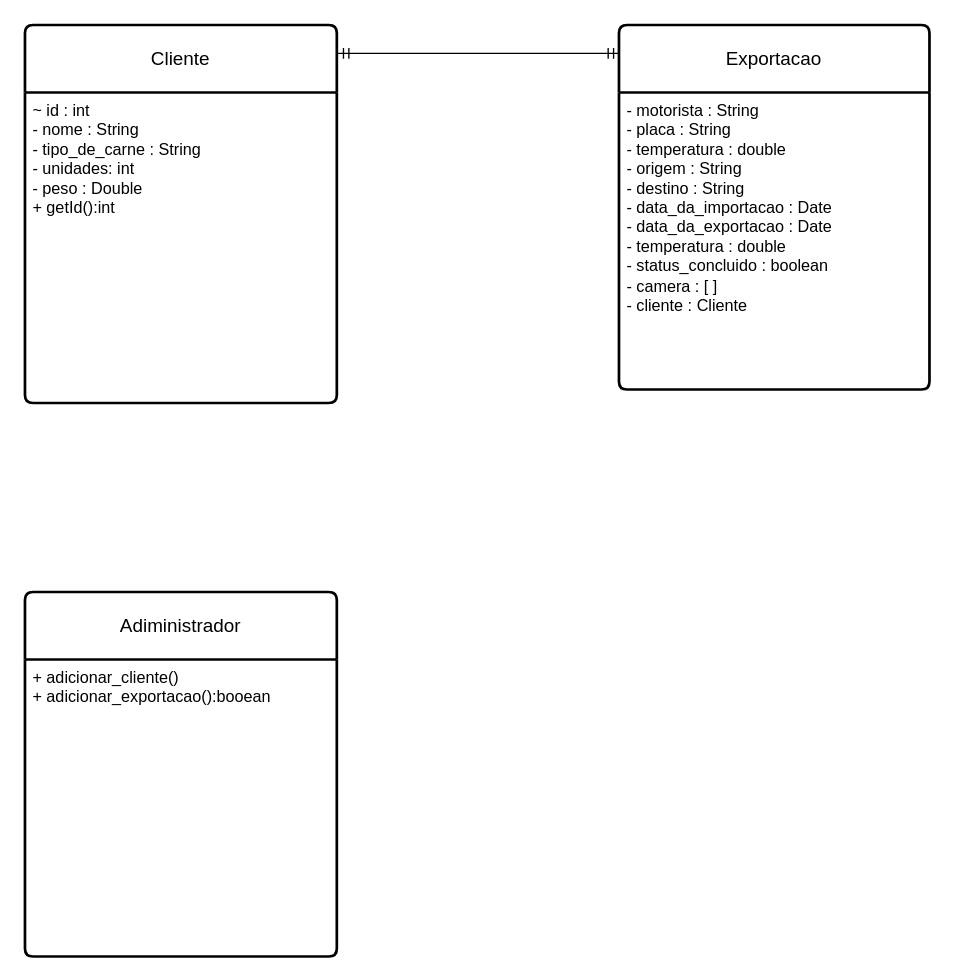
Before: gerenciamento de caminhões/Diagrama de classe atualizado.drawio in antoniofelipecruz/UML, a draw.io diagram. Source tidied: cells renumbered, new cells numbered last; positions are measured from the earlier drawing's top-left corner, leaving out a move shared by most shapes. Both pictures are drawn from the tidied source at 135%, with x=0, y=0 at pixel (24, 24).
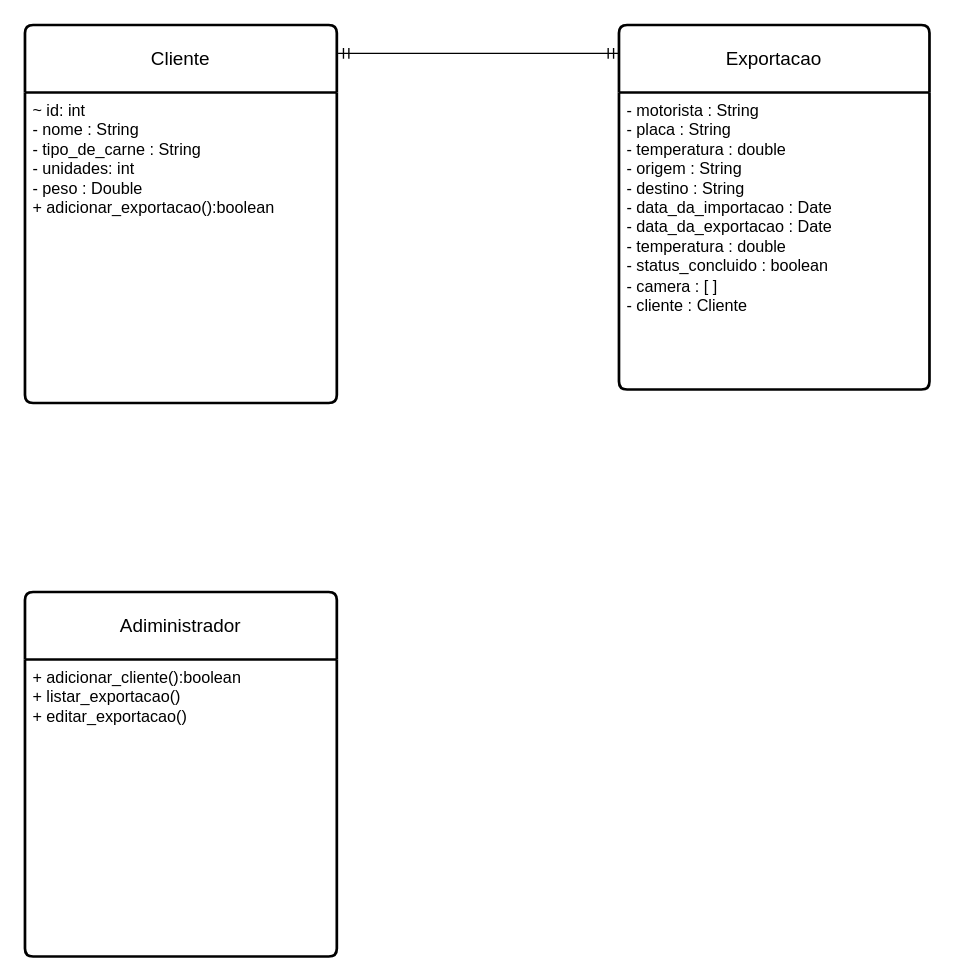
The same diagram, later.

Commit message:
Atualização, diagrama de classes.drawio

The edit, as a diff of the source:
```diff
@@
 <mxGraphModel>
   <root>
     <mxCell id="0" />
     <mxCell id="1" parent="0" />
     <mxCell id="2" value="Cliente" style="swimlane;horizontal=1;startSize=50;rounded=1;fontSize=14;fontStyle=0;strokeWidth=2;shadow=0;dashed=0;align=center;arcSize=4;whiteSpace=wrap;html=1;" parent="1" vertex="1">
       <mxGeometry width="231" height="280" as="geometry" />
     </mxCell>
-    <mxCell id="3" value="~ id : int&lt;div&gt;- nome : String&lt;/div&gt;&lt;div&gt;- tipo_de_carne : String&lt;/div&gt;&lt;div&gt;- unidades: int&lt;/div&gt;&lt;div&gt;- peso : Double&lt;/div&gt;&lt;div&gt;+ getId():int&lt;/div&gt;&lt;div&gt;&lt;br&gt;&lt;/div&gt;" style="align=left;strokeColor=none;fillColor=none;spacingLeft=4;spacingRight=4;fontSize=12;verticalAlign=top;html=1;whiteSpace=wrap;" parent="2" vertex="1">
+    <mxCell id="3" value="&lt;div&gt;~ id: int&lt;/div&gt;&lt;div&gt;- nome : String&lt;/div&gt;&lt;div&gt;- tipo_de_carne : String&lt;/div&gt;&lt;div&gt;- unidades: int&lt;/div&gt;&lt;div&gt;- peso : Double&lt;/div&gt;&lt;div&gt;+ adicionar_exportacao():boolean&lt;/div&gt;&lt;div&gt;&lt;br&gt;&lt;/div&gt;" style="align=left;strokeColor=none;fillColor=none;spacingLeft=4;spacingRight=4;fontSize=12;verticalAlign=top;html=1;whiteSpace=wrap;" parent="2" vertex="1">
       <mxGeometry y="50" width="231" height="230" as="geometry" />
     </mxCell>
     <mxCell id="4" value="Adiministrador" style="swimlane;horizontal=1;startSize=50;rounded=1;fontSize=14;fontStyle=0;strokeWidth=2;shadow=0;dashed=0;align=center;arcSize=4;whiteSpace=wrap;html=1;" parent="1" vertex="1">
       <mxGeometry y="420" width="231" height="270" as="geometry" />
     </mxCell>
-    <mxCell id="5" value="+ adicionar_cliente()&lt;br&gt;+ adicionar_exportacao():booean" style="align=left;strokeColor=none;fillColor=none;spacingLeft=4;spacingRight=4;fontSize=12;verticalAlign=top;html=1;whiteSpace=wrap;" parent="4" vertex="1">
+    <mxCell id="5" value="+ adicionar_cliente():boolean&lt;br&gt;&lt;div&gt;+ listar_exportacao()&lt;/div&gt;&lt;div&gt;+ editar_exportacao()&lt;/div&gt;" style="align=left;strokeColor=none;fillColor=none;spacingLeft=4;spacingRight=4;fontSize=12;verticalAlign=top;html=1;whiteSpace=wrap;" parent="4" vertex="1">
       <mxGeometry y="50" width="231" height="220" as="geometry" />
     </mxCell>
     <mxCell id="6" value="Exportacao" style="swimlane;horizontal=1;startSize=50;rounded=1;fontSize=14;fontStyle=0;strokeWidth=2;shadow=0;dashed=0;align=center;arcSize=4;whiteSpace=wrap;html=1;" parent="1" vertex="1">
       <mxGeometry x="440" width="230" height="270" as="geometry" />
     </mxCell>
     <mxCell id="7" value="&lt;div&gt;- motorista : String&lt;/div&gt;&lt;div&gt;- placa : String&lt;/div&gt;&lt;div&gt;- temperatura : double&lt;/div&gt;&lt;div&gt;- origem : String&lt;/div&gt;&lt;div&gt;- destino : String&lt;/div&gt;&lt;div&gt;- data_da_importacao : Date&lt;/div&gt;&lt;div&gt;- data_da_exportacao : Date&lt;/div&gt;&lt;div&gt;- temperatura : double&lt;/div&gt;&lt;div&gt;- status_concluido : boolean&lt;/div&gt;&lt;div&gt;- camera : [ ]&lt;/div&gt;&lt;div&gt;- cliente : Cliente&lt;/div&gt;&lt;div&gt;&lt;br&gt;&lt;/div&gt;&lt;div&gt;&lt;br&gt;&lt;/div&gt;" style="align=left;strokeColor=none;fillColor=none;spacingLeft=4;spacingRight=4;fontSize=12;verticalAlign=top;html=1;whiteSpace=wrap;" parent="6" vertex="1">
       <mxGeometry y="50" width="230" height="220" as="geometry" />
     </mxCell>
     <mxCell id="8" style="edgeStyle=entityRelationEdgeStyle;fontSize=12;html=1;endArrow=ERmandOne;startArrow=ERmandOne;rounded=0;exitX=1.004;exitY=0.075;exitDx=0;exitDy=0;exitPerimeter=0;entryX=0;entryY=0.078;entryDx=0;entryDy=0;entryPerimeter=0;" parent="1" edge="1" source="2" target="6">
       <mxGeometry relative="1" as="geometry" />
     </mxCell>
   </root>
 </mxGraphModel>
```
